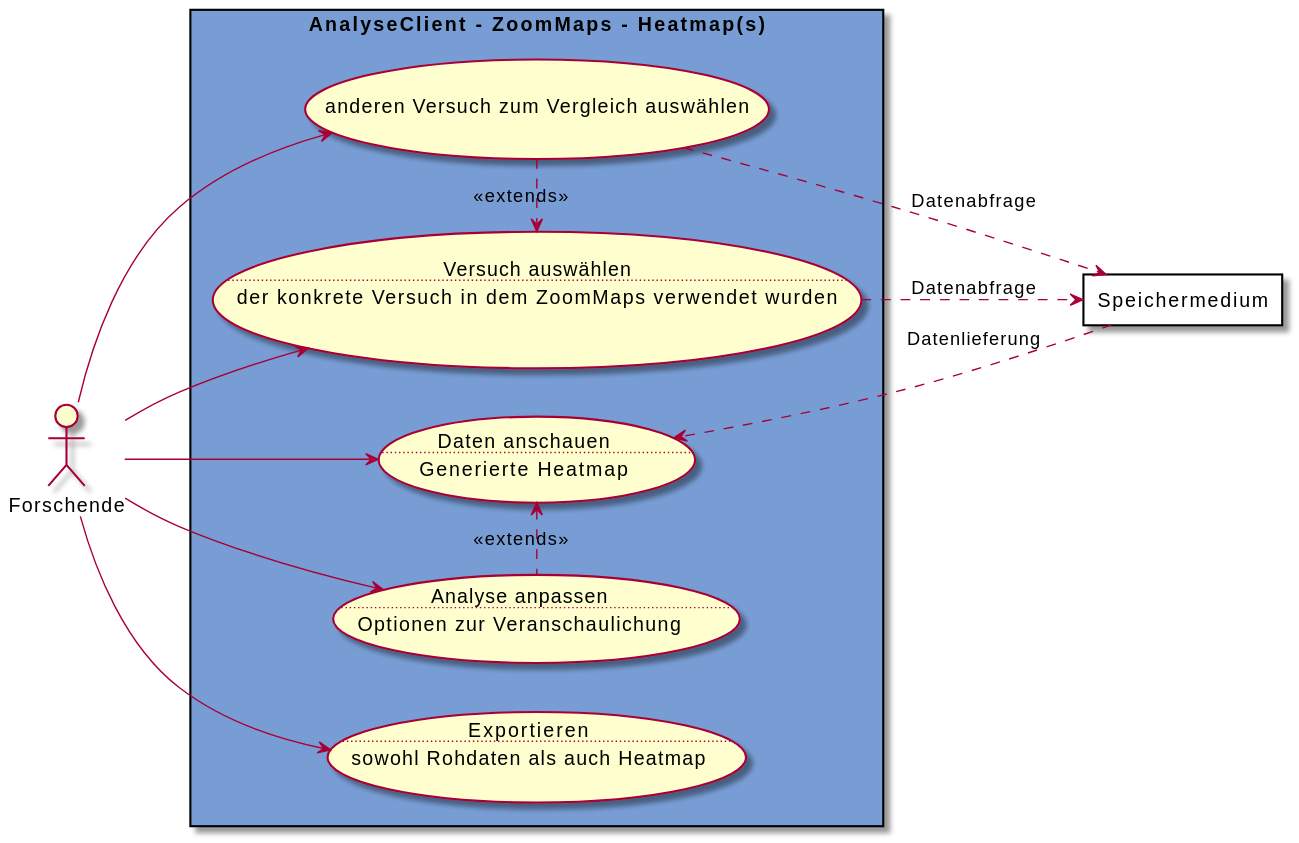
weichware10/meilensteine keeps this PlantUML diagram as meilenstein_05/usecase-analyse-zoommaps/usecase-analyse-zoommaps.svg. Above is the earlier version.
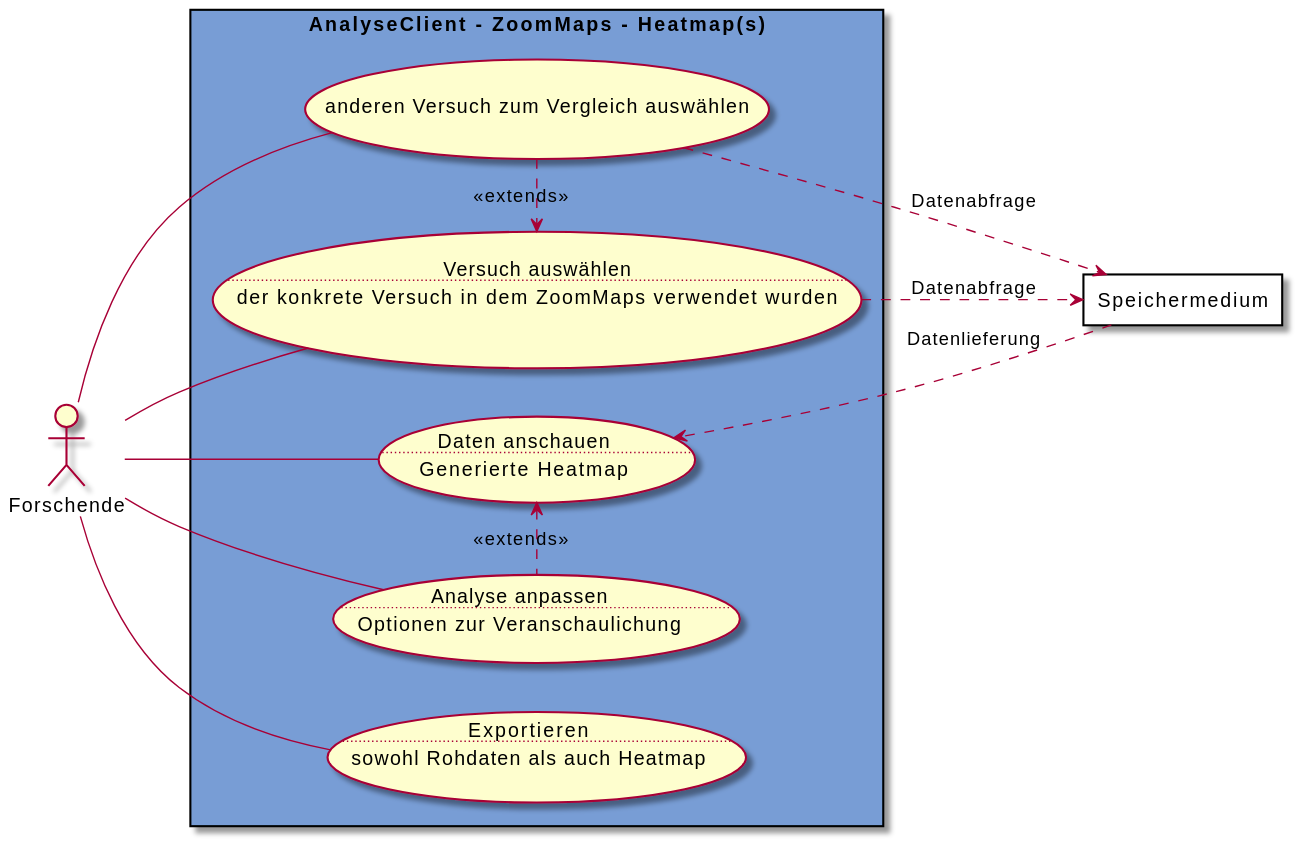
The same diagram one commit later.

Commit message:
rendered SVGs

What changed in the source:
```diff
@@ -21,11 +21,11 @@
 
 rectangle Speichermedium as s #FFFFFF
 
-f --> da
-f --> aa
-f --> ex
-f --> va
-f --> vv
+f -- da
+f -- aa
+f -- ex
+f -- va
+f -- vv
 
 va ..> s : Datenabfrage
 vv ..> s : Datenabfrage
```
